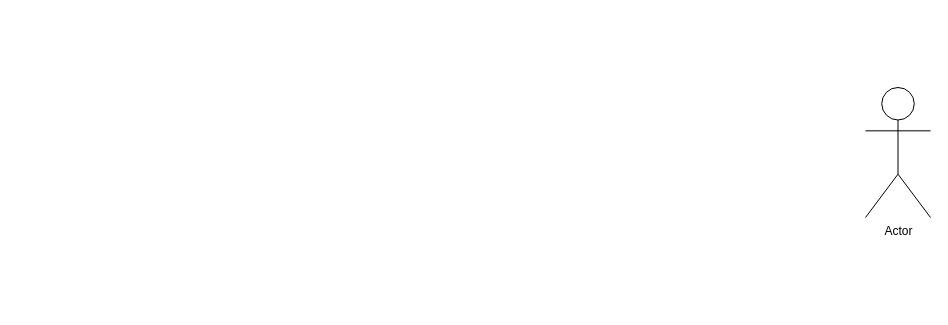
YogabayuW/flowchart-proposal keeps this draw.io diagram as Untitled Diagram.drawio. Above is the earlier version. Source tidied: cells renumbered, new cells numbered last; positions are measured from the earlier drawing's top-left corner, leaving out a move shared by most shapes. Both pictures are drawn from the tidied source at 100%, with x=0, y=0 at pixel (865, 87).
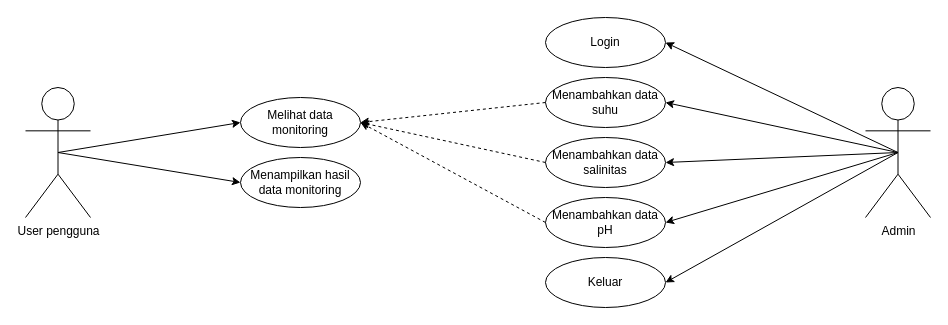
After the change.

Diff of the diagram source:
```diff
@@
-    <mxCell id="2" value="Actor" style="shape=umlActor;verticalLabelPosition=bottom;verticalAlign=top;html=1;outlineConnect=0;" parent="1" vertex="1">
+    <mxCell id="2" value="Admin" style="shape=umlActor;verticalLabelPosition=bottom;verticalAlign=top;html=1;outlineConnect=0;" parent="1" vertex="1">
       <mxGeometry width="65" height="130" as="geometry" />
     </mxCell>
+    <mxCell id="3" style="endArrow=classic;html=1;entryX=1;entryY=0.5;entryDx=0;entryDy=0;exitX=0.5;exitY=0.5;exitDx=0;exitDy=0;exitPerimeter=0;" parent="1" edge="1" source="2" target="7">
+      <mxGeometry relative="1" as="geometry" />
+    </mxCell>
+    <mxCell id="4" style="endArrow=classic;html=1;entryX=1;entryY=0.5;entryDx=0;entryDy=0;exitX=0.5;exitY=0.5;exitDx=0;exitDy=0;exitPerimeter=0;" parent="1" edge="1" source="2" target="8">
+      <mxGeometry relative="1" as="geometry" />
+    </mxCell>
+    <mxCell id="5" style="endArrow=classic;html=1;entryX=1;entryY=0.5;entryDx=0;entryDy=0;exitX=0.5;exitY=0.5;exitDx=0;exitDy=0;exitPerimeter=0;" parent="1" edge="1" source="2" target="9">
+      <mxGeometry relative="1" as="geometry" />
+    </mxCell>
+    <mxCell id="6" style="endArrow=classic;html=1;entryX=1;entryY=0.5;entryDx=0;entryDy=0;exitX=0.5;exitY=0.5;exitDx=0;exitDy=0;exitPerimeter=0;" parent="1" edge="1" source="2" target="10">
+      <mxGeometry relative="1" as="geometry" />
+    </mxCell>
+    <mxCell id="7" value="Login" style="ellipse;whiteSpace=wrap;html=1;" parent="1" vertex="1">
+      <mxGeometry x="-320" y="-70" width="120" height="50" as="geometry" />
+    </mxCell>
+    <mxCell id="8" value="Menambahkan data suhu" style="ellipse;whiteSpace=wrap;html=1;" parent="1" vertex="1">
+      <mxGeometry x="-320" y="-10" width="120" height="50" as="geometry" />
+    </mxCell>
+    <mxCell id="9" value="Menambahkan data salinitas" style="ellipse;whiteSpace=wrap;html=1;" parent="1" vertex="1">
+      <mxGeometry x="-320" y="50" width="120" height="50" as="geometry" />
+    </mxCell>
+    <mxCell id="10" value="Menambahkan data pH" style="ellipse;whiteSpace=wrap;html=1;" parent="1" vertex="1">
+      <mxGeometry x="-320" y="110" width="120" height="50" as="geometry" />
+    </mxCell>
+    <mxCell id="11" value="Keluar" style="ellipse;whiteSpace=wrap;html=1;" parent="1" vertex="1">
+      <mxGeometry x="-320" y="170" width="120" height="50" as="geometry" />
+    </mxCell>
+    <mxCell id="12" style="endArrow=classic;html=1;entryX=1;entryY=0.5;entryDx=0;entryDy=0;exitX=0.5;exitY=0.5;exitDx=0;exitDy=0;exitPerimeter=0;" parent="1" edge="1" source="2" target="11">
+      <mxGeometry relative="1" as="geometry" />
+    </mxCell>
+    <mxCell id="13" value="User pengguna" style="shape=umlActor;verticalLabelPosition=bottom;verticalAlign=top;html=1;outlineConnect=0;" parent="1" vertex="1">
+      <mxGeometry x="-840" width="65" height="130" as="geometry" />
+    </mxCell>
+    <mxCell id="14" value="Melihat data monitoring" style="ellipse;whiteSpace=wrap;html=1;" parent="1" vertex="1">
+      <mxGeometry x="-625" y="10" width="120" height="50" as="geometry" />
+    </mxCell>
+    <mxCell id="15" value="Menampilkan hasil data monitoring" style="ellipse;whiteSpace=wrap;html=1;" parent="1" vertex="1">
+      <mxGeometry x="-625" y="70" width="120" height="50" as="geometry" />
+    </mxCell>
+    <mxCell id="16" style="endArrow=classic;html=1;entryX=0;entryY=0.5;entryDx=0;entryDy=0;exitX=0.5;exitY=0.5;exitDx=0;exitDy=0;exitPerimeter=0;" parent="1" edge="1" source="13" target="14">
+      <mxGeometry relative="1" as="geometry" />
+    </mxCell>
+    <mxCell id="17" style="endArrow=classic;html=1;entryX=0;entryY=0.5;entryDx=0;entryDy=0;exitX=0.5;exitY=0.5;exitDx=0;exitDy=0;exitPerimeter=0;" parent="1" edge="1" source="13" target="15">
+      <mxGeometry relative="1" as="geometry" />
+    </mxCell>
+    <mxCell id="18" style="endArrow=classic;html=1;entryX=1;entryY=0.5;entryDx=0;entryDy=0;dashed=1;exitX=0;exitY=0.5;exitDx=0;exitDy=0;" parent="1" edge="1" source="8" target="14">
+      <mxGeometry relative="1" as="geometry" />
+    </mxCell>
+    <mxCell id="19" style="endArrow=classic;html=1;entryX=1;entryY=0.5;entryDx=0;entryDy=0;dashed=1;exitX=0;exitY=0.5;exitDx=0;exitDy=0;" parent="1" edge="1" source="9" target="14">
+      <mxGeometry relative="1" as="geometry" />
+    </mxCell>
+    <mxCell id="20" style="endArrow=classic;html=1;entryX=1;entryY=0.5;entryDx=0;entryDy=0;dashed=1;exitX=0;exitY=0.5;exitDx=0;exitDy=0;" parent="1" edge="1" source="10" target="14">
+      <mxGeometry relative="1" as="geometry" />
+    </mxCell>
```
